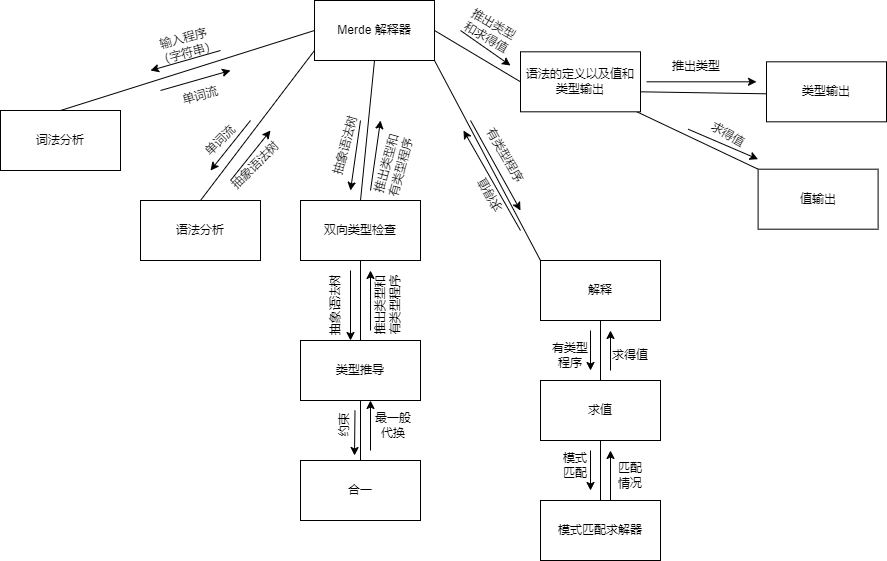
yahyachan/merde keeps this draw.io diagram as img/gy_struct.drawio.png. Above is the earlier version. Source tidied: cells renumbered, new cells last; positions are measured from the earlier drawing's top-left corner, leaving out a move shared by most shapes.
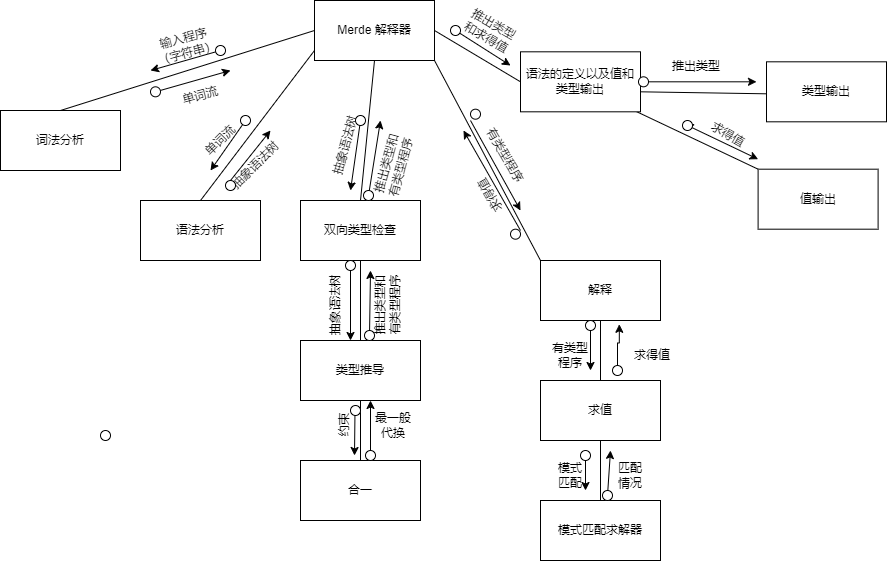
After the commit.

Change to the diagram source:
```diff
@@ -13,18 +13,16 @@
         <mxPoint x="314" y="30" as="targetPoint" />
       </mxGeometry>
     </mxCell>
-    <mxCell id="5" style="endArrow=classic;html=1;rounded=0;" parent="1" edge="1">
+    <mxCell id="5" style="endArrow=classic;html=1;rounded=0;" parent="1" edge="1" source="65">
       <mxGeometry relative="1" as="geometry">
-        <mxPoint x="160" y="90" as="sourcePoint" />
         <mxPoint x="230" y="70" as="targetPoint" />
       </mxGeometry>
     </mxCell>
     <mxCell id="6" value="单词流" style="text;html=1;strokeColor=none;fillColor=none;align=center;verticalAlign=middle;whiteSpace=wrap;rounded=0;rotation=-15;" parent="1" vertex="1">
       <mxGeometry x="170" y="80" width="60" height="30" as="geometry" />
     </mxCell>
-    <mxCell id="7" style="endArrow=classic;html=1;rounded=0;" parent="1" edge="1">
+    <mxCell id="7" style="endArrow=classic;html=1;rounded=0;" parent="1" edge="1" source="67">
       <mxGeometry relative="1" as="geometry">
-        <mxPoint x="220" y="50" as="sourcePoint" />
         <mxPoint x="150" y="70" as="targetPoint" />
       </mxGeometry>
     </mxCell>
@@ -45,9 +43,8 @@
         <mxPoint x="270" y="130" as="targetPoint" />
       </mxGeometry>
     </mxCell>
-    <mxCell id="12" style="endArrow=classic;html=1;rounded=0;" parent="1" edge="1">
+    <mxCell id="12" style="endArrow=classic;html=1;rounded=0;" parent="1" edge="1" source="69">
       <mxGeometry relative="1" as="geometry">
-        <mxPoint x="250" y="120" as="sourcePoint" />
         <mxPoint x="210" y="170" as="targetPoint" />
       </mxGeometry>
     </mxCell>
@@ -68,15 +65,13 @@
     <mxCell id="17" value="抽象语法树" style="text;html=1;strokeColor=none;fillColor=none;align=center;verticalAlign=middle;whiteSpace=wrap;rounded=0;rotation=-75;" parent="1" vertex="1">
       <mxGeometry x="310" y="130" width="70" height="30" as="geometry" />
     </mxCell>
-    <mxCell id="18" style="endArrow=classic;html=1;rounded=0;" parent="1" edge="1">
+    <mxCell id="18" style="endArrow=classic;html=1;rounded=0;" parent="1" edge="1" source="72">
       <mxGeometry relative="1" as="geometry">
-        <mxPoint x="360" y="120" as="sourcePoint" />
         <mxPoint x="350" y="190" as="targetPoint" />
       </mxGeometry>
     </mxCell>
-    <mxCell id="19" style="endArrow=classic;html=1;rounded=0;" parent="1" edge="1">
+    <mxCell id="19" style="endArrow=classic;html=1;rounded=0;" parent="1" edge="1" source="74">
       <mxGeometry relative="1" as="geometry">
-        <mxPoint x="370" y="190" as="sourcePoint" />
         <mxPoint x="380" y="120" as="targetPoint" />
       </mxGeometry>
     </mxCell>
@@ -100,9 +95,8 @@
         <mxPoint x="350" y="340" as="targetPoint" />
       </mxGeometry>
     </mxCell>
-    <mxCell id="25" style="endArrow=classic;html=1;rounded=0;" parent="1" edge="1">
+    <mxCell id="25" style="endArrow=classic;html=1;rounded=0;" parent="1" edge="1" source="76">
       <mxGeometry relative="1" as="geometry">
-        <mxPoint x="370" y="330" as="sourcePoint" />
         <mxPoint x="370" y="270" as="targetPoint" />
       </mxGeometry>
     </mxCell>
@@ -124,9 +118,8 @@
     <mxCell id="30" value="约束" style="text;html=1;strokeColor=none;fillColor=none;align=center;verticalAlign=middle;whiteSpace=wrap;rounded=0;rotation=270;" parent="1" vertex="1">
       <mxGeometry x="314" y="410" width="60" height="30" as="geometry" />
     </mxCell>
-    <mxCell id="31" style="endArrow=classic;html=1;rounded=0;" parent="1" edge="1">
+    <mxCell id="31" style="endArrow=classic;html=1;rounded=0;" parent="1" edge="1" source="80">
       <mxGeometry relative="1" as="geometry">
-        <mxPoint x="370" y="450" as="sourcePoint" />
         <mxPoint x="370" y="400" as="targetPoint" />
       </mxGeometry>
     </mxCell>
@@ -167,17 +160,8 @@
         <mxPoint x="600" y="320" as="targetPoint" />
       </mxGeometry>
     </mxCell>
-    <mxCell id="41" style="endArrow=classic;html=1;rounded=0;" parent="1" edge="1">
-      <mxGeometry relative="1" as="geometry">
-        <mxPoint x="610" y="370" as="sourcePoint" />
-        <mxPoint x="610" y="330" as="targetPoint" />
-        <Array as="points">
-          <mxPoint x="610" y="370" />
-        </Array>
-      </mxGeometry>
-    </mxCell>
     <mxCell id="42" value="求得值" style="text;html=1;strokeColor=none;fillColor=none;align=center;verticalAlign=middle;whiteSpace=wrap;rounded=0;" parent="1" vertex="1">
-      <mxGeometry x="600" y="340" width="60" height="30" as="geometry" />
+      <mxGeometry x="622" y="340" width="60" height="30" as="geometry" />
     </mxCell>
     <mxCell id="43" style="endArrow=classic;html=1;rounded=0;" parent="1" edge="1">
       <mxGeometry relative="1" as="geometry">
@@ -197,18 +181,11 @@
         <mxPoint x="600" y="440" as="targetPoint" />
       </mxGeometry>
     </mxCell>
-    <mxCell id="47" style="endArrow=classic;html=1;rounded=0;" parent="1" edge="1">
-      <mxGeometry relative="1" as="geometry">
-        <mxPoint x="590" y="450" as="sourcePoint" />
-        <mxPoint x="590" y="490" as="targetPoint" />
-      </mxGeometry>
-    </mxCell>
     <mxCell id="48" value="模式匹配" style="text;html=1;strokeColor=none;fillColor=none;align=center;verticalAlign=middle;whiteSpace=wrap;rounded=0;" parent="1" vertex="1">
-      <mxGeometry x="560" y="450" width="30" height="30" as="geometry" />
+      <mxGeometry x="555" y="460" width="30" height="30" as="geometry" />
     </mxCell>
-    <mxCell id="49" style="endArrow=classic;html=1;rounded=0;" parent="1" edge="1">
+    <mxCell id="49" style="endArrow=classic;html=1;rounded=0;" parent="1" edge="1" source="84">
       <mxGeometry relative="1" as="geometry">
-        <mxPoint x="610" y="500" as="sourcePoint" />
         <mxPoint x="610" y="450" as="targetPoint" />
       </mxGeometry>
     </mxCell>
@@ -223,9 +200,8 @@
         <mxPoint x="636.4" y="111.3" as="sourcePoint" />
       </mxGeometry>
     </mxCell>
-    <mxCell id="53" style="endArrow=classic;html=1;rounded=0;" parent="1" edge="1">
+    <mxCell id="53" style="endArrow=classic;html=1;rounded=0;" parent="1" edge="1" source="93">
       <mxGeometry relative="1" as="geometry">
-        <mxPoint x="687.6" y="128.7" as="sourcePoint" />
         <mxPoint x="757.6" y="158.7" as="targetPoint" />
       </mxGeometry>
     </mxCell>
@@ -256,14 +232,131 @@
     <mxCell id="60" style="endArrow=none;html=1;rounded=0;exitX=0;exitY=0.5;exitDx=0;exitDy=0;entryX=1;entryY=0.5;entryDx=0;entryDy=0;" parent="1" edge="1" source="55" target="2">
       <mxGeometry relative="1" as="geometry" />
     </mxCell>
-    <mxCell id="61" style="endArrow=classic;html=1;rounded=0;" parent="1" edge="1">
+    <mxCell id="61" style="endArrow=classic;html=1;rounded=0;" parent="1" edge="1" source="91">
       <mxGeometry relative="1" as="geometry">
-        <mxPoint x="460" y="30" as="sourcePoint" />
         <mxPoint x="510" y="65" as="targetPoint" />
       </mxGeometry>
     </mxCell>
     <mxCell id="62" value="推出类型和求得值" style="text;html=1;strokeColor=none;fillColor=none;align=center;verticalAlign=middle;whiteSpace=wrap;rounded=0;rotation=30;" parent="1" vertex="1">
       <mxGeometry x="460" y="15" width="60" height="30" as="geometry" />
     </mxCell>
+    <mxCell id="63" style="ellipse;whiteSpace=wrap;html=1;" parent="1" vertex="1">
+      <mxGeometry x="100" y="430" width="10" height="10" as="geometry" />
+    </mxCell>
+    <mxCell id="64" style="endArrow=classic;html=1;rounded=0;" parent="1" edge="1" target="65">
+      <mxGeometry relative="1" as="geometry">
+        <mxPoint x="160" y="90" as="sourcePoint" />
+      </mxGeometry>
+    </mxCell>
+    <mxCell id="65" style="ellipse;whiteSpace=wrap;html=1;" parent="1" vertex="1">
+      <mxGeometry x="150" y="86.3" width="10" height="10" as="geometry" />
+    </mxCell>
+    <mxCell id="66" style="endArrow=classic;html=1;rounded=0;" parent="1" edge="1" target="67">
+      <mxGeometry relative="1" as="geometry">
+        <mxPoint x="220" y="50" as="sourcePoint" />
+      </mxGeometry>
+    </mxCell>
+    <mxCell id="67" style="ellipse;whiteSpace=wrap;html=1;" parent="1" vertex="1">
+      <mxGeometry x="215" y="45" width="10" height="10" as="geometry" />
+    </mxCell>
+    <mxCell id="68" style="endArrow=classic;html=1;rounded=0;" parent="1" edge="1" target="69">
+      <mxGeometry relative="1" as="geometry">
+        <mxPoint x="250" y="120" as="sourcePoint" />
+      </mxGeometry>
+    </mxCell>
+    <mxCell id="69" style="ellipse;whiteSpace=wrap;html=1;" parent="1" vertex="1">
+      <mxGeometry x="240" y="115" width="10" height="10" as="geometry" />
+    </mxCell>
+    <mxCell id="70" style="ellipse;whiteSpace=wrap;html=1;" parent="1" vertex="1">
+      <mxGeometry x="225" y="180" width="10" height="10" as="geometry" />
+    </mxCell>
+    <mxCell id="71" style="endArrow=classic;html=1;rounded=0;" parent="1" edge="1" target="72">
+      <mxGeometry relative="1" as="geometry">
+        <mxPoint x="360" y="120" as="sourcePoint" />
+      </mxGeometry>
+    </mxCell>
+    <mxCell id="72" style="ellipse;whiteSpace=wrap;html=1;" parent="1" vertex="1">
+      <mxGeometry x="355" y="115" width="10" height="10" as="geometry" />
+    </mxCell>
+    <mxCell id="73" style="endArrow=classic;html=1;rounded=0;" parent="1" edge="1" target="74">
+      <mxGeometry relative="1" as="geometry">
+        <mxPoint x="370" y="190" as="sourcePoint" />
+      </mxGeometry>
+    </mxCell>
+    <mxCell id="74" style="ellipse;whiteSpace=wrap;html=1;" parent="1" vertex="1">
+      <mxGeometry x="363" y="190" width="10" height="10" as="geometry" />
+    </mxCell>
+    <mxCell id="75" style="endArrow=classic;html=1;rounded=0;" parent="1" edge="1" target="76">
+      <mxGeometry relative="1" as="geometry">
+        <mxPoint x="370" y="330" as="sourcePoint" />
+      </mxGeometry>
+    </mxCell>
+    <mxCell id="76" style="ellipse;whiteSpace=wrap;html=1;" parent="1" vertex="1">
+      <mxGeometry x="364" y="330" width="10" height="10" as="geometry" />
+    </mxCell>
+    <mxCell id="77" style="ellipse;whiteSpace=wrap;html=1;" parent="1" vertex="1">
+      <mxGeometry x="345" y="260" width="10" height="10" as="geometry" />
+    </mxCell>
+    <mxCell id="78" style="ellipse;whiteSpace=wrap;html=1;" parent="1" vertex="1">
+      <mxGeometry x="350" y="405" width="10" height="10" as="geometry" />
+    </mxCell>
+    <mxCell id="79" style="endArrow=classic;html=1;rounded=0;" parent="1" edge="1" target="80">
+      <mxGeometry relative="1" as="geometry">
+        <mxPoint x="370" y="450" as="sourcePoint" />
+      </mxGeometry>
+    </mxCell>
+    <mxCell id="80" style="ellipse;whiteSpace=wrap;html=1;" parent="1" vertex="1">
+      <mxGeometry x="365" y="450" width="10" height="10" as="geometry" />
+    </mxCell>
+    <mxCell id="81" style="edgeStyle=orthogonalEdgeStyle;rounded=0;jettySize=auto;html=1;exitX=0.5;exitY=1;exitDx=0;exitDy=0;" parent="1" edge="1" source="82">
+      <mxGeometry relative="1" as="geometry">
+        <mxPoint x="585" y="490" as="targetPoint" />
+      </mxGeometry>
+    </mxCell>
+    <mxCell id="82" style="ellipse;whiteSpace=wrap;html=1;" parent="1" vertex="1">
+      <mxGeometry x="580" y="450" width="10" height="10" as="geometry" />
+    </mxCell>
+    <mxCell id="83" style="endArrow=classic;html=1;rounded=0;" parent="1" edge="1" target="84">
+      <mxGeometry relative="1" as="geometry">
+        <mxPoint x="610" y="500" as="sourcePoint" />
+      </mxGeometry>
+    </mxCell>
+    <mxCell id="84" style="ellipse;whiteSpace=wrap;html=1;" parent="1" vertex="1">
+      <mxGeometry x="602" y="490" width="10" height="10" as="geometry" />
+    </mxCell>
+    <mxCell id="85" style="ellipse;whiteSpace=wrap;html=1;" parent="1" vertex="1">
+      <mxGeometry x="585" y="320" width="10" height="10" as="geometry" />
+    </mxCell>
+    <mxCell id="86" style="edgeStyle=orthogonalEdgeStyle;rounded=0;jettySize=auto;html=1;exitX=0.5;exitY=0;exitDx=0;exitDy=0;entryX=0.657;entryY=1.063;entryDx=0;entryDy=0;entryPerimeter=0;" parent="1" edge="1" source="87" target="33">
+      <mxGeometry relative="1" as="geometry" />
+    </mxCell>
+    <mxCell id="87" style="ellipse;whiteSpace=wrap;html=1;" parent="1" vertex="1">
+      <mxGeometry x="612" y="365" width="10" height="10" as="geometry" />
+    </mxCell>
+    <mxCell id="88" style="ellipse;whiteSpace=wrap;html=1;" parent="1" vertex="1">
+      <mxGeometry x="510" y="228.7" width="10" height="10" as="geometry" />
+    </mxCell>
+    <mxCell id="89" style="ellipse;whiteSpace=wrap;html=1;" parent="1" vertex="1">
+      <mxGeometry x="470" y="108.7" width="10" height="10" as="geometry" />
+    </mxCell>
+    <mxCell id="90" style="endArrow=classic;html=1;rounded=0;" parent="1" edge="1" target="91">
+      <mxGeometry relative="1" as="geometry">
+        <mxPoint x="460" y="30" as="sourcePoint" />
+      </mxGeometry>
+    </mxCell>
+    <mxCell id="91" style="ellipse;whiteSpace=wrap;html=1;" parent="1" vertex="1">
+      <mxGeometry x="450" y="25" width="10" height="10" as="geometry" />
+    </mxCell>
+    <mxCell id="92" style="endArrow=classic;html=1;rounded=0;" parent="1" edge="1" target="93">
+      <mxGeometry relative="1" as="geometry">
+        <mxPoint x="687.6" y="128.7" as="sourcePoint" />
+      </mxGeometry>
+    </mxCell>
+    <mxCell id="93" style="ellipse;whiteSpace=wrap;html=1;" parent="1" vertex="1">
+      <mxGeometry x="682" y="120" width="10" height="10" as="geometry" />
+    </mxCell>
+    <mxCell id="94" style="ellipse;whiteSpace=wrap;html=1;" parent="1" vertex="1">
+      <mxGeometry x="638" y="76.3" width="10" height="10" as="geometry" />
+    </mxCell>
   </root>
 </mxGraphModel>
```
